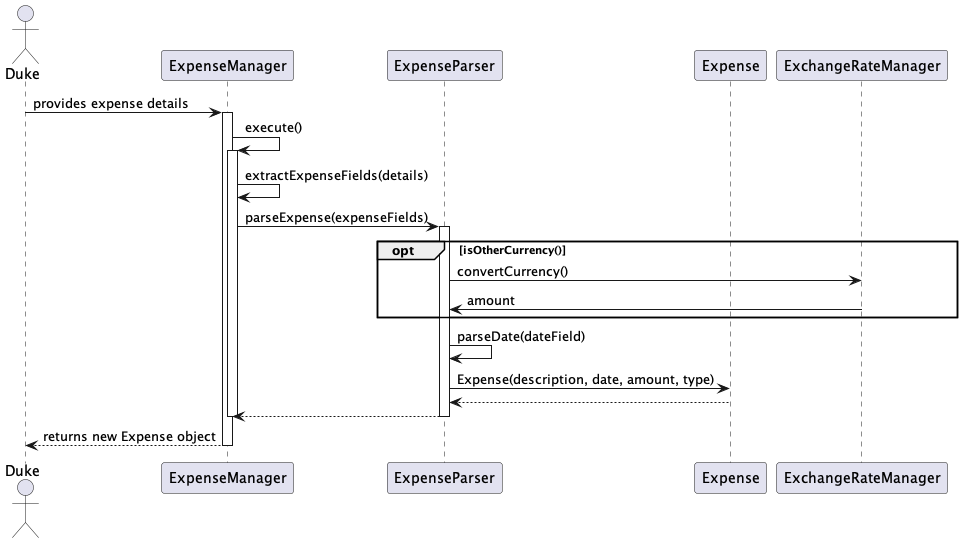
Above: images/expenseManager_sequence_diagram.png in nus-cs2113-AY2324S1/tp (PlantUML), before the change.
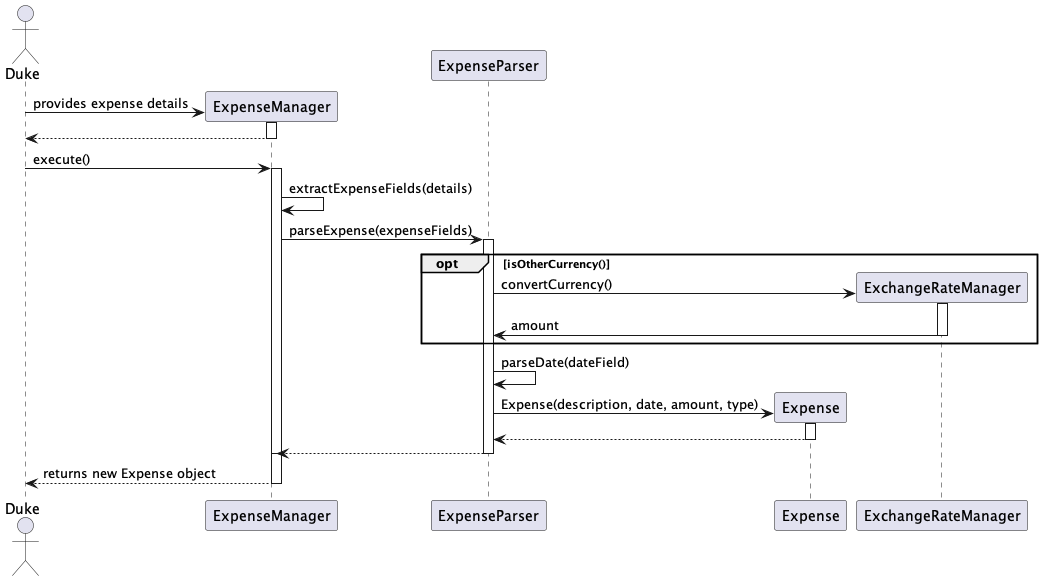
Later version of the same file.

Diff of the diagram source:
```diff
@@ -4,21 +4,30 @@
 participant ExpenseParser
 participant Expense
 participant ExchangeRateManager
-
+create ExpenseManager
 Duke -> ExpenseManager: provides expense details
 activate ExpenseManager
-ExpenseManager -> ExpenseManager: execute()
+ExpenseManager --> Duke
+deactivate ExpenseManager
+Duke -> ExpenseManager: execute()
+activate ExpenseManager
 activate ExpenseManager
 ExpenseManager -> ExpenseManager: extractExpenseFields(details)
 ExpenseManager -> ExpenseParser: parseExpense(expenseFields)
 activate ExpenseParser
 opt isOtherCurrency()
+create ExchangeRateManager
 ExpenseParser -> ExchangeRateManager : convertCurrency()
+activate ExchangeRateManager
 ExchangeRateManager -> ExpenseParser : amount
+deactivate ExchangeRateManager
 end
 ExpenseParser -> ExpenseParser: parseDate(dateField)
+create Expense
 ExpenseParser -> Expense: Expense(description, date, amount, type)
+activate Expense
 Expense --> ExpenseParser
+deactivate Expense
 ExpenseParser --> ExpenseManager
 deactivate ExpenseParser
 deactivate ExpenseManager
```
